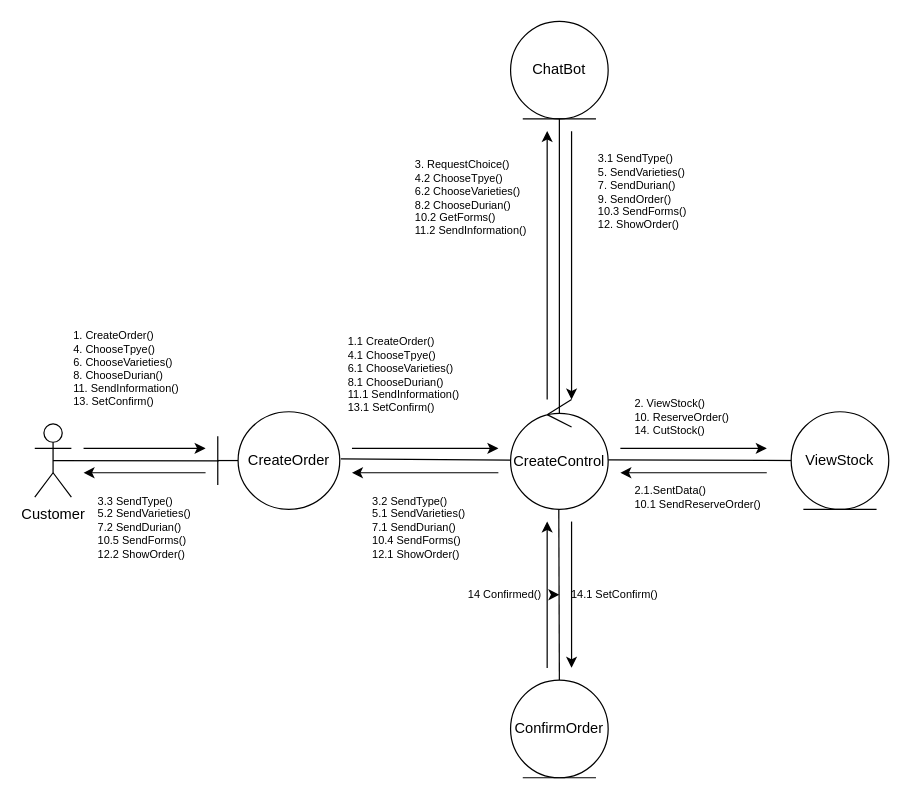
This is page "Collaboration Diagram" (2 of 2) of Create Order.drawio from munkeawtoast/isad-diagrams, a draw.io file, before an edit. Source tidied: cells renumbered, new cells numbered last; positions are measured from the earlier drawing's top-left corner, leaving out a move shared by most shapes. Both pictures are drawn from the tidied source at 122%, with x=0, y=0 at pixel (34, 21).
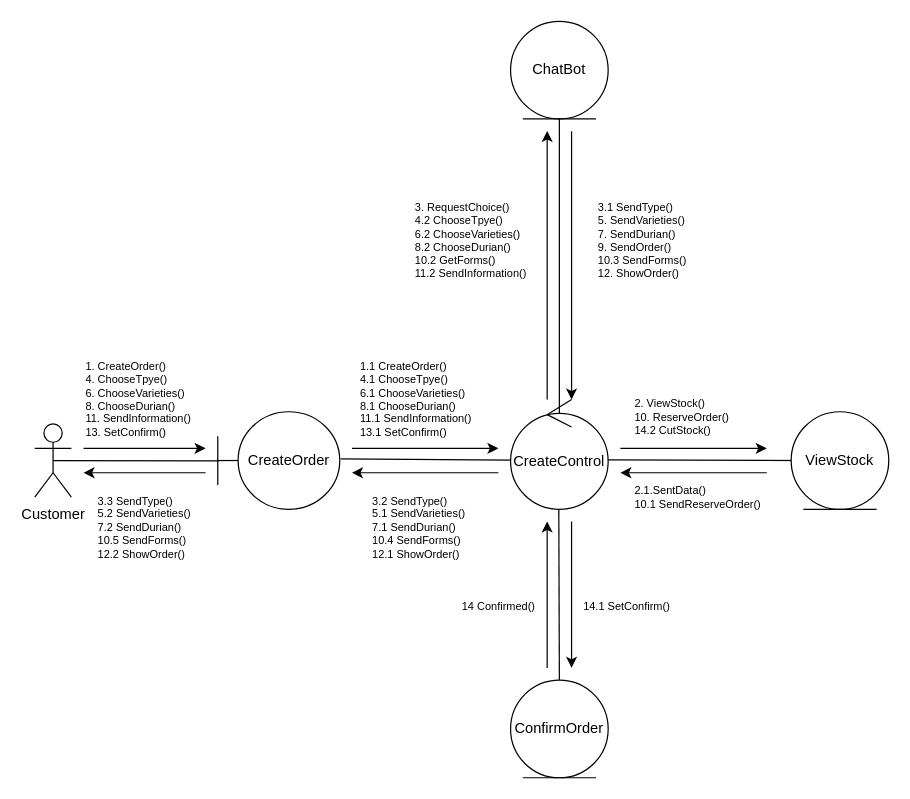
The same page after the edit.

What changed in the source:
```diff
@@
     <mxCell id="19" value="14.1 SetConfirm()" style="text;html=1;align=center;verticalAlign=middle;points=[];strokeColor=none;fillColor=none;fontSize=9;" parent="1" vertex="1">
-      <mxGeometry x="430" y="460" width="90" height="20" as="geometry" />
+      <mxGeometry x="440" y="470" width="90" height="20" as="geometry" />
     </mxCell>
-    <mxCell id="20" style="edgeStyle=none;html=1;" parent="1" edge="1" source="21" target="19">
-      <mxGeometry relative="1" as="geometry" />
-    </mxCell>
     <mxCell id="21" value="14 Confirmed()" style="text;html=1;align=center;verticalAlign=middle;points=[];strokeColor=none;fillColor=none;fontSize=9;" parent="1" vertex="1">
-      <mxGeometry x="345" y="460" width="80" height="20" as="geometry" />
+      <mxGeometry x="340" y="470" width="80" height="20" as="geometry" />
     </mxCell>
@@
-    <mxCell id="27" value="2. ViewStock()&lt;br&gt;10. ReserveOrder()&lt;br&gt;14. CutStock()" style="text;html=1;align=left;verticalAlign=middle;strokeColor=none;fillColor=none;fontSize=9;" parent="1" vertex="1">
+    <mxCell id="27" value="2. ViewStock()&lt;br&gt;10. ReserveOrder()&lt;br&gt;14.2 CutStock()" style="text;html=1;align=left;verticalAlign=middle;strokeColor=none;fillColor=none;fontSize=9;" parent="1" vertex="1">
       <mxGeometry x="490" y="300" width="100" height="50" as="geometry" />
     </mxCell>
     <mxCell id="28" value="1. CreateOrder()&lt;br&gt;4. ChooseTpye()&lt;br&gt;6. ChooseVarieties()&lt;br&gt;8.&amp;nbsp;&lt;span style=&quot;text-align: center;&quot;&gt;ChooseDurian()&lt;br&gt;11.&amp;nbsp;&lt;/span&gt;&lt;span style=&quot;text-align: center;&quot;&gt;SendInformation()&lt;br&gt;&lt;/span&gt;&lt;span style=&quot;text-align: center;&quot;&gt;13.&amp;nbsp;&lt;/span&gt;&lt;span style=&quot;text-align: center;&quot;&gt;SetConfirm()&lt;/span&gt;&lt;span style=&quot;text-align: center;&quot;&gt;&lt;br&gt;&lt;/span&gt;" style="text;html=1;align=left;verticalAlign=middle;strokeColor=none;fillColor=none;fontSize=9;" parent="1" vertex="1">
-      <mxGeometry x="30" y="245" width="110" height="80" as="geometry" />
+      <mxGeometry x="40" y="270" width="110" height="80" as="geometry" />
     </mxCell>
     <mxCell id="29" value="1.1 CreateOrder()&lt;br&gt;4.1 ChooseTpye()&lt;br&gt;6.1 ChooseVarieties()&lt;br&gt;8.1&amp;nbsp;&lt;span style=&quot;text-align: center;&quot;&gt;ChooseDurian()&lt;br&gt;11.1&amp;nbsp;&lt;/span&gt;&lt;span style=&quot;text-align: center;&quot;&gt;SendInformation()&lt;br&gt;&lt;/span&gt;&lt;span style=&quot;text-align: center;&quot;&gt;13.1&amp;nbsp;&lt;/span&gt;&lt;span style=&quot;text-align: center;&quot;&gt;SetConfirm()&lt;/span&gt;&lt;span style=&quot;text-align: center;&quot;&gt;&lt;br&gt;&lt;/span&gt;" style="text;html=1;align=left;verticalAlign=middle;strokeColor=none;fillColor=none;fontSize=9;" parent="1" vertex="1">
-      <mxGeometry x="255" y="250" width="110" height="80" as="geometry" />
+      <mxGeometry x="265" y="270" width="110" height="80" as="geometry" />
     </mxCell>
     <mxCell id="30" value="3. RequestChoice()&lt;br&gt;4.2 ChooseTpye()&lt;br&gt;6.2 ChooseVarieties()&lt;br&gt;8.2&amp;nbsp;&lt;span style=&quot;text-align: center;&quot;&gt;ChooseDurian()&lt;br&gt;10.2&amp;nbsp;&lt;/span&gt;&lt;span style=&quot;text-align: center;&quot;&gt;GetForms()&lt;br&gt;&lt;/span&gt;&lt;span style=&quot;text-align: center;&quot;&gt;11.2&amp;nbsp;&lt;/span&gt;&lt;span style=&quot;text-align: center;&quot;&gt;SendInformation()&lt;/span&gt;&lt;span style=&quot;text-align: center;&quot;&gt;&lt;br&gt;&lt;/span&gt;" style="text;html=1;align=left;verticalAlign=middle;strokeColor=none;fillColor=none;fontSize=9;" parent="1" vertex="1">
-      <mxGeometry x="310" y="105" width="110" height="80" as="geometry" />
+      <mxGeometry x="310" y="140" width="110" height="80" as="geometry" />
     </mxCell>
     <mxCell id="31" value="3.1 SendType()&lt;br&gt;5. SendVarieties()&lt;br&gt;7.&amp;nbsp;&lt;span style=&quot;text-align: center;&quot;&gt;SendDurian()&lt;br&gt;9.&amp;nbsp;&lt;/span&gt;&lt;span style=&quot;text-align: center;&quot;&gt;SendOrder()&lt;br&gt;&lt;/span&gt;&lt;span style=&quot;text-align: center;&quot;&gt;10.3&amp;nbsp;&lt;/span&gt;&lt;span style=&quot;text-align: center;&quot;&gt;SendForms()&lt;br&gt;&lt;/span&gt;&lt;span style=&quot;text-align: center;&quot;&gt;12.&amp;nbsp;&lt;/span&gt;&lt;span style=&quot;text-align: center;&quot;&gt;ShowOrder()&lt;/span&gt;&lt;span style=&quot;text-align: center;&quot;&gt;&lt;br&gt;&lt;/span&gt;" style="text;html=1;align=left;verticalAlign=middle;strokeColor=none;fillColor=none;fontSize=9;" parent="1" vertex="1">
-      <mxGeometry x="460" y="100" width="100" height="80" as="geometry" />
+      <mxGeometry x="460" y="140" width="100" height="80" as="geometry" />
     </mxCell>
```
